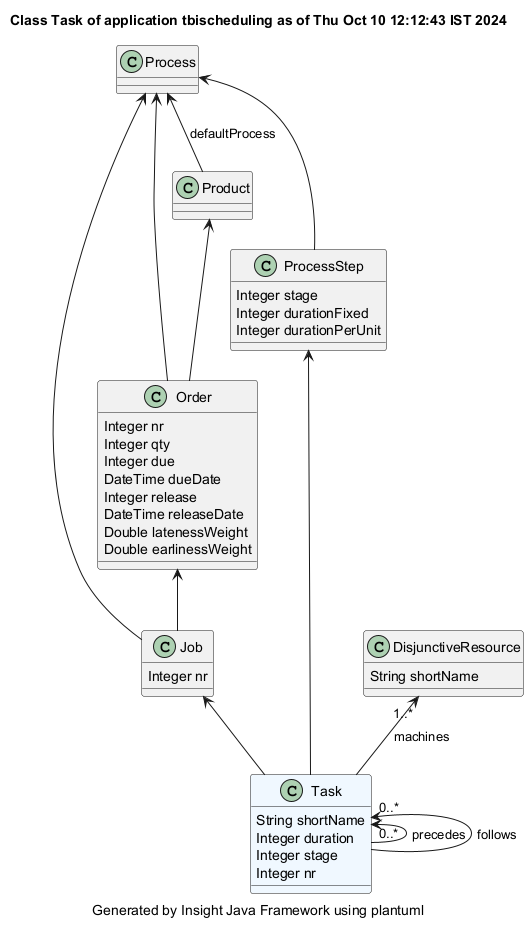
Before: demonstrator/tbischeduling/site/plantuml/Task.png, a diagram exported from PlantUML (hsimonis/schedulingtraining).
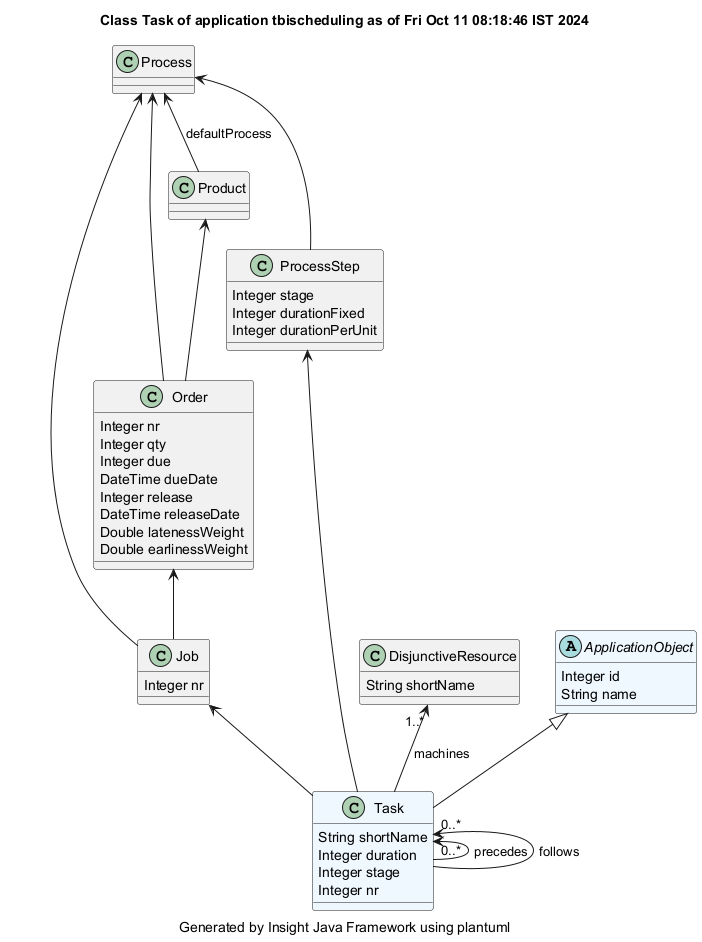
Above is the later version.

Diff of the diagram source:
```diff
@@ -1,5 +1,5 @@
 @startuml
-title Class Task of application tbischeduling as of Thu Oct 10 12:12:43 IST 2024
+title Class Task of application tbischeduling as of Fri Oct 11 08:18:46 IST 2024
 caption Generated by Insight Java Framework using plantuml
 class Task #aliceblue
 Task : String shortName
@@ -43,4 +43,9 @@
 
 Task "0..*" <-- Task : precedes
 Task "0..*" <-- Task : follows
+abstract ApplicationObject #aliceblue
+ApplicationObject : Integer id
+ApplicationObject : String name
+
+ApplicationObject <|-- Task
 @enduml
```
